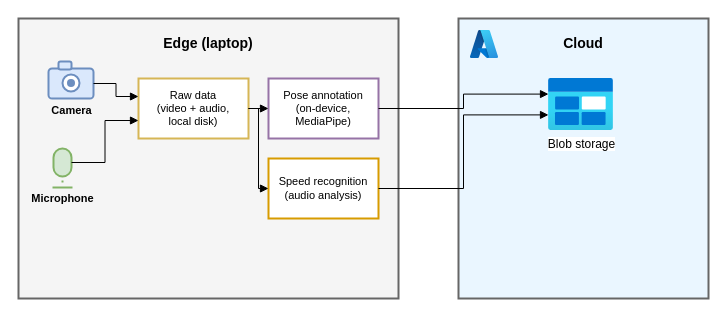
Before: docs/architecture.drawio in timole/shot-improvement, a draw.io diagram. Source tidied: cells renumbered, new cells numbered last; positions are measured from the earlier drawing's top-left corner, leaving out a move shared by most shapes. Both pictures are drawn from the tidied source at 100%, with x=0, y=0 at pixel (18, 18).
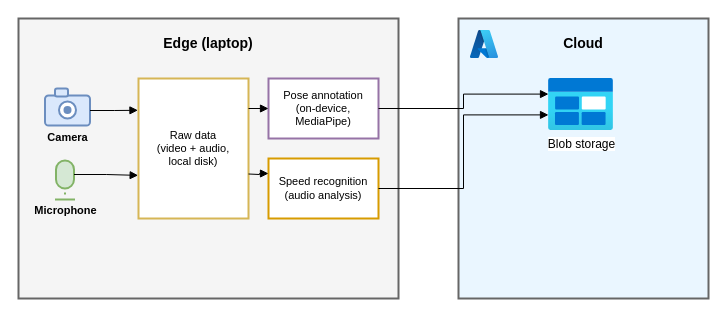
The same diagram, later.

Commit message (it also covers changes not shown here):
Architecture diagram: straighten Raw data -> Pose annotation arrow

Fixed the exit/entry points so the arrow is a straight horizontal
line instead of dipping down before reaching Pose annotation.

Claude-Session: https://claude.ai/code/session_017hfGxMnU1swBr4svZsnXk8

The change refers to these unchanged cells:
```xml
<mxCell id="13" value="Pose annotation&#10;(on-device,&#10;MediaPipe)" style="rounded=0;whiteSpace=wrap;html=1;fillColor=#ffffff;strokeColor=#9673a6;strokeWidth=2;fontSize=11;fontFamily=Arial;align=center;verticalAlign=middle;" parent="1" vertex="1">
  <mxGeometry x="250" y="60" width="110" height="60" as="geometry" />
</mxCell>
<mxCell id="14" value="Speed recognition&#10;(audio analysis)" style="rounded=0;whiteSpace=wrap;html=1;fillColor=#ffffff;strokeColor=#d79b00;strokeWidth=2;fontSize=11;fontFamily=Arial;align=center;verticalAlign=middle;" parent="1" vertex="1">
  <mxGeometry x="250" y="140" width="110" height="60" as="geometry" />
</mxCell>
```

What changed in the source:
```diff
@@
     <mxCell id="3" style="rounded=1;arcSize=12;whiteSpace=wrap;html=1;fillColor=#dae8fc;strokeColor=#6c8ebf;strokeWidth=2;" parent="1" vertex="1">
-      <mxGeometry x="30" y="50" width="45" height="30" as="geometry" />
+      <mxGeometry x="26.5" y="77" width="45" height="30" as="geometry" />
     </mxCell>
     <mxCell id="4" style="rounded=1;arcSize=25;whiteSpace=wrap;html=1;fillColor=#dae8fc;strokeColor=#6c8ebf;strokeWidth=2;" parent="1" vertex="1">
-      <mxGeometry x="40" y="43" width="13" height="8" as="geometry" />
+      <mxGeometry x="36.5" y="70" width="13" height="8" as="geometry" />
     </mxCell>
     <mxCell id="5" style="ellipse;whiteSpace=wrap;html=1;fillColor=#ffffff;strokeColor=#6c8ebf;strokeWidth=2;" parent="1" vertex="1">
-      <mxGeometry x="44" y="56" width="17" height="17" as="geometry" />
+      <mxGeometry x="40.5" y="83" width="17" height="17" as="geometry" />
     </mxCell>
     <mxCell id="6" style="ellipse;whiteSpace=wrap;html=1;fillColor=#6c8ebf;strokeColor=none;" parent="1" vertex="1">
-      <mxGeometry x="48.5" y="60.5" width="8" height="8" as="geometry" />
+      <mxGeometry x="45" y="87.5" width="8" height="8" as="geometry" />
     </mxCell>
     <mxCell id="7" value="Camera" style="text;html=1;align=center;verticalAlign=middle;fontSize=11;fontStyle=1;fontFamily=Arial;" parent="1" vertex="1">
-      <mxGeometry x="15" y="84" width="75" height="16" as="geometry" />
+      <mxGeometry x="11.5" y="111" width="75" height="16" as="geometry" />
     </mxCell>
     <mxCell id="8" style="rounded=1;arcSize=50;whiteSpace=wrap;html=1;fillColor=#d5e8d4;strokeColor=#82b366;strokeWidth=2;" parent="1" vertex="1">
-      <mxGeometry x="35" y="130" width="18" height="28" as="geometry" />
+      <mxGeometry x="37.5" y="142" width="18" height="28" as="geometry" />
     </mxCell>
     <mxCell id="9" style="line;strokeColor=#82b366;strokeWidth=2;html=1;" parent="1" vertex="1">
-      <mxGeometry x="43" y="158" width="2" height="10" as="geometry" />
+      <mxGeometry x="45.5" y="170" width="2" height="10" as="geometry" />
     </mxCell>
     <mxCell id="10" style="line;strokeColor=#82b366;strokeWidth=2;html=1;" parent="1" vertex="1">
-      <mxGeometry x="34" y="168" width="20" height="2" as="geometry" />
+      <mxGeometry x="36.5" y="180" width="20" height="2" as="geometry" />
     </mxCell>
     <mxCell id="11" value="Microphone" style="text;html=1;align=center;verticalAlign=middle;fontSize=11;fontStyle=1;fontFamily=Arial;" parent="1" vertex="1">
-      <mxGeometry x="4" y="172" width="80" height="16" as="geometry" />
+      <mxGeometry x="6.5" y="184" width="80" height="16" as="geometry" />
     </mxCell>
     <mxCell id="12" value="Raw data&#10;(video + audio,&#10;local disk)" style="rounded=0;whiteSpace=wrap;html=1;fillColor=#ffffff;strokeColor=#d6b656;strokeWidth=2;fontSize=11;fontFamily=Arial;align=center;verticalAlign=middle;" parent="1" vertex="1">
-      <mxGeometry x="120" y="60" width="110" height="60" as="geometry" />
+      <mxGeometry x="120" y="60" width="110" height="140" as="geometry" />
     </mxCell>
@@
-    <mxCell id="18" style="edgeStyle=orthogonalEdgeStyle;rounded=0;html=1;endArrow=block;elbow=vertical;startArrow=none;strokeColor=#000000;strokeWidth=1;exitX=1;exitY=0.5;exitDx=0;exitDy=0;entryX=0;entryY=0.3;entryDx=0;entryDy=0;" parent="1" edge="1" source="3" target="12">
+    <mxCell id="18" style="edgeStyle=orthogonalEdgeStyle;rounded=0;html=1;endArrow=block;elbow=vertical;startArrow=none;strokeColor=#000000;strokeWidth=1;exitX=1;exitY=0.5;exitDx=0;exitDy=0;entryX=-0.005;entryY=0.227;entryDx=0;entryDy=0;entryPerimeter=0;" parent="1" edge="1" source="3" target="12">
       <mxGeometry relative="1" as="geometry" />
     </mxCell>
-    <mxCell id="19" style="edgeStyle=orthogonalEdgeStyle;rounded=0;html=1;endArrow=block;elbow=vertical;startArrow=none;strokeColor=#000000;strokeWidth=1;exitX=1;exitY=0.5;exitDx=0;exitDy=0;entryX=0;entryY=0.7;entryDx=0;entryDy=0;" parent="1" edge="1" source="8" target="12">
+    <mxCell id="19" style="edgeStyle=orthogonalEdgeStyle;rounded=0;html=1;endArrow=block;elbow=vertical;startArrow=none;strokeColor=#000000;strokeWidth=1;exitX=1;exitY=0.5;exitDx=0;exitDy=0;entryX=-0.003;entryY=0.692;entryDx=0;entryDy=0;entryPerimeter=0;" parent="1" edge="1" source="8" target="12">
       <mxGeometry relative="1" as="geometry" />
     </mxCell>
-    <mxCell id="20" style="edgeStyle=orthogonalEdgeStyle;rounded=0;html=1;endArrow=block;elbow=vertical;startArrow=none;strokeColor=#000000;strokeWidth=1;exitX=1;exitY=0.5;exitDx=0;exitDy=0;entryX=0;entryY=0.5;entryDx=0;entryDy=0;" parent="1" edge="1" source="12" target="13">
+    <mxCell id="20" style="edgeStyle=orthogonalEdgeStyle;rounded=0;html=1;endArrow=block;elbow=vertical;startArrow=none;strokeColor=#000000;strokeWidth=1;exitX=1;exitY=0.2143;exitDx=0;exitDy=0;entryX=0;entryY=0.5;entryDx=0;entryDy=0;" parent="1" edge="1" source="12" target="13">
       <mxGeometry relative="1" as="geometry" />
     </mxCell>
-    <mxCell id="21" style="edgeStyle=orthogonalEdgeStyle;rounded=0;html=1;endArrow=block;elbow=vertical;startArrow=none;strokeColor=#000000;strokeWidth=1;exitX=1;exitY=0.5;exitDx=0;exitDy=0;entryX=0;entryY=0.5;entryDx=0;entryDy=0;" parent="1" edge="1" source="12" target="14">
-      <mxGeometry relative="1" as="geometry" />
-    </mxCell>
@@
+    <mxCell id="24" style="edgeStyle=orthogonalEdgeStyle;rounded=0;html=1;endArrow=block;elbow=vertical;startArrow=none;strokeColor=#000000;strokeWidth=1;exitX=1;exitY=0.5;exitDx=0;exitDy=0;entryX=0;entryY=0.25;entryDx=0;entryDy=0;" parent="1" edge="1" target="14">
+      <mxGeometry relative="1" as="geometry">
+        <mxPoint x="230" y="155.5" as="sourcePoint" />
+      </mxGeometry>
+    </mxCell>
```
